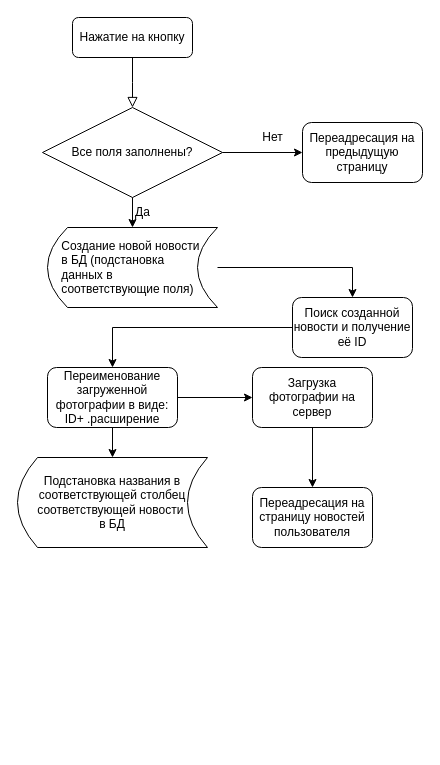
Earlier version of the draw.io diagram document/Диаграмма без названия.drawio (AndreiTka4iov/Course-work). Source tidied: cells renumbered, new cells numbered last; positions are measured from the earlier drawing's top-left corner, leaving out a move shared by most shapes. Both pictures are drawn from the tidied source at 100%, with x=0, y=0 at pixel (17, 17).
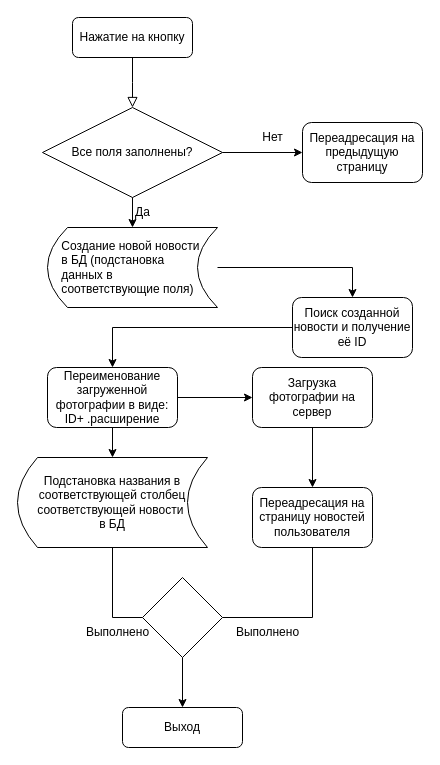
After the change.

The change refers to these unchanged cells:
```xml
<mxCell id="15" value="&lt;div style=&quot;&quot;&gt;&lt;span style=&quot;background-color: initial;&quot;&gt;Подстановка названия в соответствующей столбец соответствующей новости&amp;nbsp;&lt;/span&gt;&lt;/div&gt;&lt;div style=&quot;&quot;&gt;&lt;span style=&quot;background-color: initial;&quot;&gt;в БД&lt;/span&gt;&lt;/div&gt;" style="shape=dataStorage;whiteSpace=wrap;html=1;fixedSize=1;align=center;" parent="1" vertex="1">
  <mxGeometry y="440" width="190" height="90" as="geometry" />
</mxCell>
<mxCell id="18" value="Переадресация на страницу новостей пользователя" style="rounded=1;whiteSpace=wrap;html=1;" parent="1" vertex="1">
  <mxGeometry x="235" y="470" width="120" height="60" as="geometry" />
</mxCell>
```

Diff of the diagram source:
```diff
@@
+    <mxCell id="22" style="endArrow=none;html=1;rounded=0;exitX=0.5;exitY=1;exitDx=0;exitDy=0;" parent="1" edge="1" source="18" target="23">
+      <mxGeometry relative="1" as="geometry">
+        <Array as="points">
+          <mxPoint x="295" y="600" />
+        </Array>
+      </mxGeometry>
+    </mxCell>
+    <mxCell id="23" style="rhombus;whiteSpace=wrap;html=1;" parent="1" vertex="1">
+      <mxGeometry x="125" y="560" width="80" height="80" as="geometry" />
+    </mxCell>
+    <mxCell id="24" style="endArrow=none;html=1;rounded=0;exitX=0.5;exitY=1;exitDx=0;exitDy=0;entryX=0;entryY=0.5;entryDx=0;entryDy=0;" parent="1" edge="1" source="15" target="23">
+      <mxGeometry relative="1" as="geometry">
+        <Array as="points">
+          <mxPoint x="95" y="600" />
+        </Array>
+      </mxGeometry>
+    </mxCell>
+    <mxCell id="25" value="Выполнено" style="text;html=1;align=center;verticalAlign=middle;strokeColor=none;fillColor=none;" parent="1" vertex="1">
+      <mxGeometry x="55" y="600" width="90" height="30" as="geometry" />
+    </mxCell>
+    <mxCell id="26" value="Выполнено" style="text;html=1;align=center;verticalAlign=middle;strokeColor=none;fillColor=none;" parent="1" vertex="1">
+      <mxGeometry x="205" y="600" width="90" height="30" as="geometry" />
+    </mxCell>
+    <mxCell id="27" style="endArrow=classic;html=1;rounded=0;exitX=0.5;exitY=1;exitDx=0;exitDy=0;" parent="1" edge="1" source="23" target="28">
+      <mxGeometry relative="1" as="geometry" />
+    </mxCell>
+    <mxCell id="28" value="Выход" style="rounded=1;whiteSpace=wrap;html=1;" parent="1" vertex="1">
+      <mxGeometry x="105" y="690" width="120" height="40" as="geometry" />
+    </mxCell>
```
